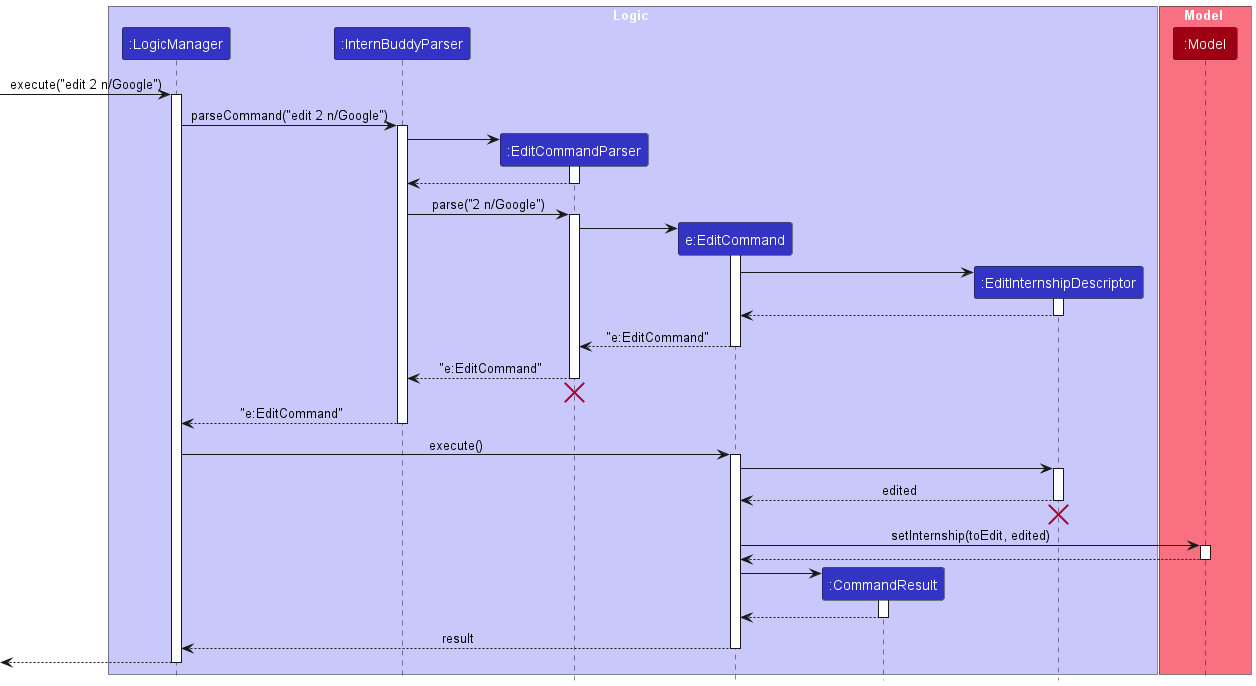
nus-cs2103-AY2223S2/tp keeps this PlantUML diagram as docs/images/EditSequenceDiagram.png. Above is the earlier version.
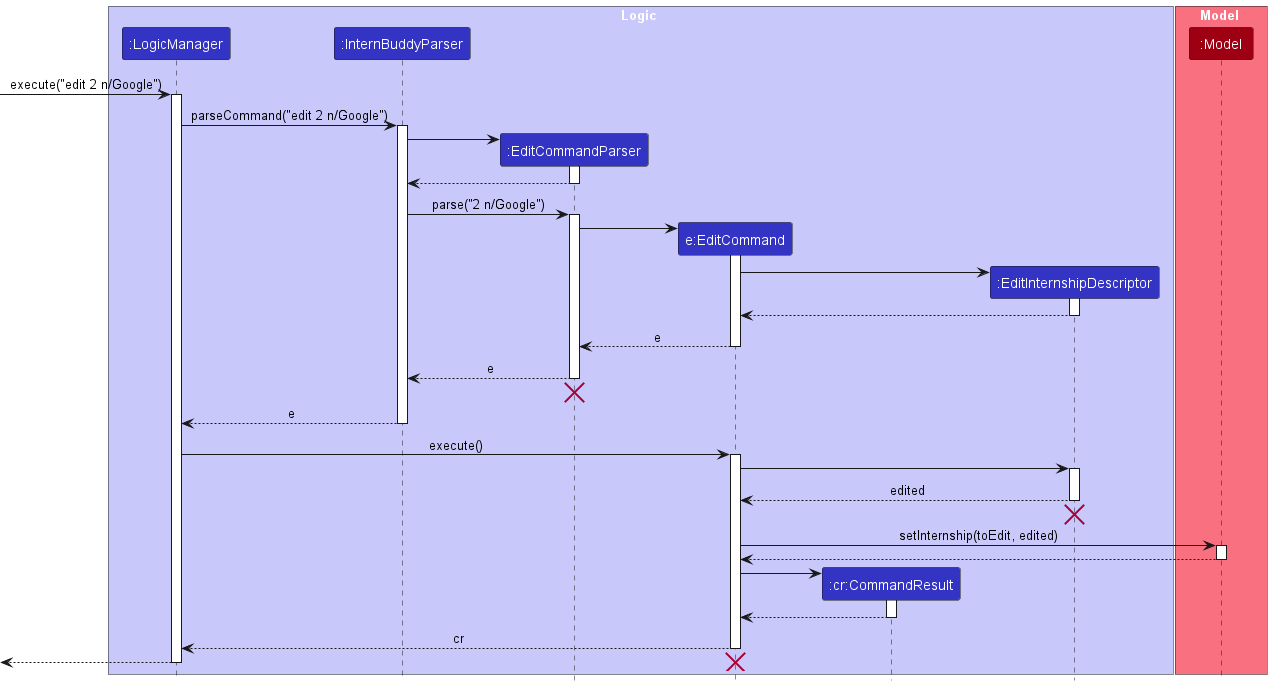
The same diagram one commit later.

What changed in the source:
```diff
@@ -6,7 +6,7 @@
 participant ":InternBuddyParser" as InternBuddyParser LOGIC_COLOR
 participant ":EditCommandParser" as EditCommandParser LOGIC_COLOR
 participant "e:EditCommand" as EditCommand LOGIC_COLOR
-participant ":CommandResult" as CommandResult LOGIC_COLOR
+participant ":cr:CommandResult" as CommandResult LOGIC_COLOR
 participant ":EditInternshipDescriptor" as Descriptor LOGIC_COLOR
 end box
 
@@ -38,15 +38,15 @@
 activate Descriptor
 Descriptor --> EditCommand :
 deactivate Descriptor
-EditCommand --> EditCommandParser : "e:EditCommand"
+EditCommand --> EditCommandParser : e
 deactivate EditCommand
 
-EditCommandParser --> InternBuddyParser : "e:EditCommand"
+EditCommandParser --> InternBuddyParser : e
 deactivate EditCommandParser
 EditCommandParser -[hidden]-> InternBuddyParser
 destroy EditCommandParser
 
-InternBuddyParser --> LogicManager : "e:EditCommand"
+InternBuddyParser --> LogicManager : e
 deactivate InternBuddyParser
 
 LogicManager -> EditCommand : execute()
@@ -70,9 +70,10 @@
 CommandResult --> EditCommand
 deactivate CommandResult
 
-EditCommand --> LogicManager : result
+EditCommand --> LogicManager : cr
 deactivate EditCommand
 
 [<--LogicManager
+destroy EditCommand
 deactivate LogicManager
 @enduml
```
